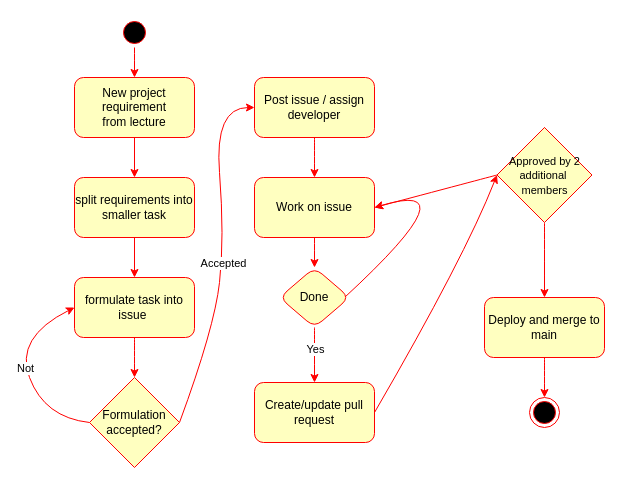
This is docs/diagrams/teamwork.drawio from ITU-BDSA23-GROUP4/Chirp, a draw.io file, before an edit. Source tidied: cells renumbered, new cells numbered last; positions are measured from the earlier drawing's top-left corner, leaving out a move shared by most shapes. Both pictures are drawn from the tidied source at 100%, with x=0, y=0 at pixel (14, 17).
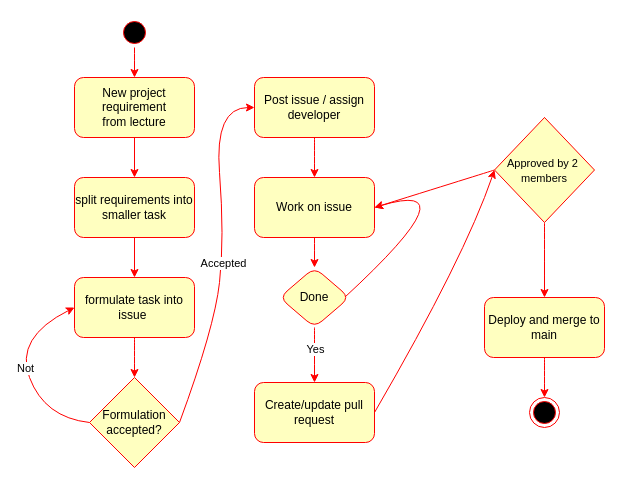
Above is the later version.

Commit message:
Made Approved by 2 members larger so all fits better

Diff of the diagram source:
```diff
@@
-    <mxCell id="32" value="&lt;font style=&quot;font-size: 11px;&quot;&gt;Approved by 2 additional&amp;nbsp; members&lt;/font&gt;" style="rhombus;whiteSpace=wrap;html=1;fillColor=#FFFFC0;fontColor=#000000;strokeColor=#FF0000;" parent="1" vertex="1">
-      <mxGeometry x="482.5" y="110" width="95" height="95" as="geometry" />
+    <mxCell id="32" value="&lt;font style=&quot;font-size: 11px;&quot;&gt;Approved by 2&amp;nbsp; members&lt;/font&gt;" style="rhombus;whiteSpace=wrap;html=1;fillColor=#FFFFC0;fontColor=#000000;strokeColor=#FF0000;" parent="1" vertex="1">
+      <mxGeometry x="480" y="100" width="100" height="105" as="geometry" />
     </mxCell>
```
